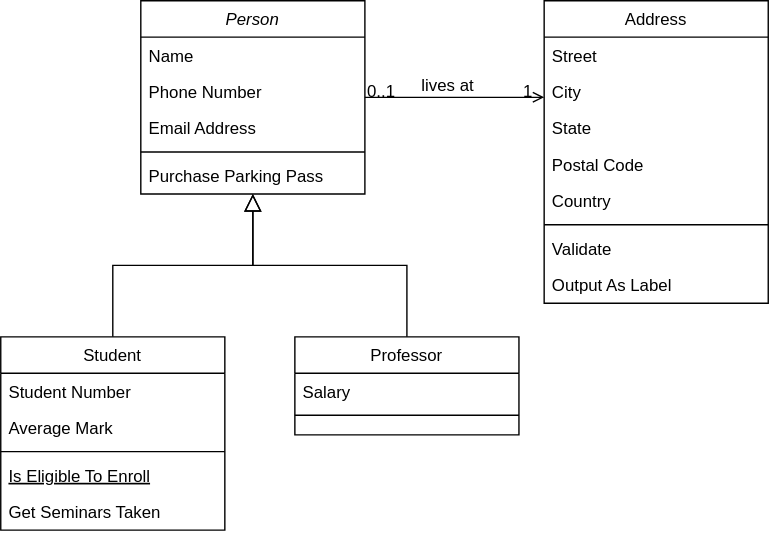
The draw.io diagram Untitled Diagram.drawio.svg in BryanTJJ99/practice_git, before a commit. Source tidied: cells renumbered, new cells last; positions are measured from the earlier drawing's top-left corner, leaving out a move shared by most shapes. Source of this version:
```xml
<mxGraphModel>
  <root>
    <mxCell id="0" />
    <mxCell id="1" parent="0" />
    <mxCell id="2" value="Person" style="swimlane;fontStyle=2;align=center;verticalAlign=top;horizontal=1;startSize=26;rounded=0;shadow=0;strokeWidth=1;" parent="1" vertex="1">
      <mxGeometry x="100" width="160" height="138" as="geometry" />
    </mxCell>
    <mxCell id="3" value="Name" style="text;align=left;verticalAlign=top;spacingLeft=4;spacingRight=4;overflow=hidden;" parent="2" vertex="1">
      <mxGeometry y="26" width="160" height="26" as="geometry" />
    </mxCell>
    <mxCell id="4" value="Phone Number" style="text;align=left;verticalAlign=top;spacingLeft=4;spacingRight=4;overflow=hidden;rounded=0;shadow=0;html=0;" parent="2" vertex="1">
      <mxGeometry y="52" width="160" height="26" as="geometry" />
    </mxCell>
    <mxCell id="5" value="Email Address" style="text;align=left;verticalAlign=top;spacingLeft=4;spacingRight=4;overflow=hidden;rounded=0;shadow=0;html=0;" parent="2" vertex="1">
      <mxGeometry y="78" width="160" height="26" as="geometry" />
    </mxCell>
    <mxCell id="6" style="line;html=1;strokeWidth=1;align=left;verticalAlign=middle;spacingTop=-1;spacingLeft=3;spacingRight=3;labelPosition=right;" parent="2" vertex="1">
      <mxGeometry y="104" width="160" height="8" as="geometry" />
    </mxCell>
    <mxCell id="7" value="Purchase Parking Pass" style="text;align=left;verticalAlign=top;spacingLeft=4;spacingRight=4;overflow=hidden;" parent="2" vertex="1">
      <mxGeometry y="112" width="160" height="26" as="geometry" />
    </mxCell>
    <mxCell id="8" value="Student" style="swimlane;fontStyle=0;align=center;verticalAlign=top;horizontal=1;startSize=26;rounded=0;shadow=0;strokeWidth=1;" parent="1" vertex="1">
      <mxGeometry y="240" width="160" height="138" as="geometry" />
    </mxCell>
    <mxCell id="9" value="Student Number" style="text;align=left;verticalAlign=top;spacingLeft=4;spacingRight=4;overflow=hidden;" parent="8" vertex="1">
      <mxGeometry y="26" width="160" height="26" as="geometry" />
    </mxCell>
    <mxCell id="10" value="Average Mark" style="text;align=left;verticalAlign=top;spacingLeft=4;spacingRight=4;overflow=hidden;rounded=0;shadow=0;html=0;" parent="8" vertex="1">
      <mxGeometry y="52" width="160" height="26" as="geometry" />
    </mxCell>
    <mxCell id="11" style="line;html=1;strokeWidth=1;align=left;verticalAlign=middle;spacingTop=-1;spacingLeft=3;spacingRight=3;labelPosition=right;" parent="8" vertex="1">
      <mxGeometry y="78" width="160" height="8" as="geometry" />
    </mxCell>
    <mxCell id="12" value="Is Eligible To Enroll" style="text;align=left;verticalAlign=top;spacingLeft=4;spacingRight=4;overflow=hidden;fontStyle=4;" parent="8" vertex="1">
      <mxGeometry y="86" width="160" height="26" as="geometry" />
    </mxCell>
    <mxCell id="13" value="Get Seminars Taken" style="text;align=left;verticalAlign=top;spacingLeft=4;spacingRight=4;overflow=hidden;" parent="8" vertex="1">
      <mxGeometry y="112" width="160" height="26" as="geometry" />
    </mxCell>
    <mxCell id="14" style="endArrow=block;endSize=10;endFill=0;shadow=0;strokeWidth=1;rounded=0;edgeStyle=elbowEdgeStyle;elbow=vertical;" parent="1" edge="1" source="8" target="2">
      <mxGeometry relative="1" as="geometry" />
    </mxCell>
    <mxCell id="15" value="Professor" style="swimlane;fontStyle=0;align=center;verticalAlign=top;horizontal=1;startSize=26;rounded=0;shadow=0;strokeWidth=1;" parent="1" vertex="1">
      <mxGeometry x="210" y="240" width="160" height="70" as="geometry" />
    </mxCell>
    <mxCell id="16" value="Salary" style="text;align=left;verticalAlign=top;spacingLeft=4;spacingRight=4;overflow=hidden;" parent="15" vertex="1">
      <mxGeometry y="26" width="160" height="26" as="geometry" />
    </mxCell>
    <mxCell id="17" style="line;html=1;strokeWidth=1;align=left;verticalAlign=middle;spacingTop=-1;spacingLeft=3;spacingRight=3;labelPosition=right;" parent="15" vertex="1">
      <mxGeometry y="52" width="160" height="8" as="geometry" />
    </mxCell>
    <mxCell id="18" style="endArrow=block;endSize=10;endFill=0;shadow=0;strokeWidth=1;rounded=0;edgeStyle=elbowEdgeStyle;elbow=vertical;" parent="1" edge="1" source="15" target="2">
      <mxGeometry relative="1" as="geometry" />
    </mxCell>
    <mxCell id="19" value="Address" style="swimlane;fontStyle=0;align=center;verticalAlign=top;horizontal=1;startSize=26;rounded=0;shadow=0;strokeWidth=1;" parent="1" vertex="1">
      <mxGeometry x="388" width="160" height="216" as="geometry" />
    </mxCell>
    <mxCell id="20" value="Street" style="text;align=left;verticalAlign=top;spacingLeft=4;spacingRight=4;overflow=hidden;" parent="19" vertex="1">
      <mxGeometry y="26" width="160" height="26" as="geometry" />
    </mxCell>
    <mxCell id="21" value="City" style="text;align=left;verticalAlign=top;spacingLeft=4;spacingRight=4;overflow=hidden;rounded=0;shadow=0;html=0;" parent="19" vertex="1">
      <mxGeometry y="52" width="160" height="26" as="geometry" />
    </mxCell>
    <mxCell id="22" value="State" style="text;align=left;verticalAlign=top;spacingLeft=4;spacingRight=4;overflow=hidden;rounded=0;shadow=0;html=0;" parent="19" vertex="1">
      <mxGeometry y="78" width="160" height="26" as="geometry" />
    </mxCell>
    <mxCell id="23" value="Postal Code" style="text;align=left;verticalAlign=top;spacingLeft=4;spacingRight=4;overflow=hidden;rounded=0;shadow=0;html=0;" parent="19" vertex="1">
      <mxGeometry y="104" width="160" height="26" as="geometry" />
    </mxCell>
    <mxCell id="24" value="Country" style="text;align=left;verticalAlign=top;spacingLeft=4;spacingRight=4;overflow=hidden;rounded=0;shadow=0;html=0;" parent="19" vertex="1">
      <mxGeometry y="130" width="160" height="26" as="geometry" />
    </mxCell>
    <mxCell id="25" style="line;html=1;strokeWidth=1;align=left;verticalAlign=middle;spacingTop=-1;spacingLeft=3;spacingRight=3;labelPosition=right;" parent="19" vertex="1">
      <mxGeometry y="156" width="160" height="8" as="geometry" />
    </mxCell>
    <mxCell id="26" value="Validate" style="text;align=left;verticalAlign=top;spacingLeft=4;spacingRight=4;overflow=hidden;" parent="19" vertex="1">
      <mxGeometry y="164" width="160" height="26" as="geometry" />
    </mxCell>
    <mxCell id="27" value="Output As Label" style="text;align=left;verticalAlign=top;spacingLeft=4;spacingRight=4;overflow=hidden;" parent="19" vertex="1">
      <mxGeometry y="190" width="160" height="26" as="geometry" />
    </mxCell>
    <mxCell id="28" style="endArrow=open;shadow=0;strokeWidth=1;rounded=0;endFill=1;edgeStyle=elbowEdgeStyle;elbow=vertical;" parent="1" edge="1" source="2" target="19">
      <mxGeometry x="0.5" y="41" relative="1" as="geometry">
        <mxPoint x="-40" y="32" as="offset" />
      </mxGeometry>
    </mxCell>
    <mxCell id="29" value="0..1" style="align=left;verticalAlign=bottom;labelBackgroundColor=none;fontSize=12;" parent="28" vertex="1">
      <mxGeometry x="-1" relative="1" as="geometry">
        <mxPoint y="4" as="offset" />
      </mxGeometry>
    </mxCell>
    <mxCell id="30" value="1" style="align=right;verticalAlign=bottom;labelBackgroundColor=none;fontSize=12;" parent="28" vertex="1">
      <mxGeometry x="1" relative="1" as="geometry">
        <mxPoint x="-7" y="4" as="offset" />
      </mxGeometry>
    </mxCell>
    <mxCell id="31" value="lives at" style="text;html=1;align=center;verticalAlign=middle;labelBackgroundColor=none;rounded=0;shadow=0;strokeWidth=1;fontSize=12;" parent="28" vertex="1">
      <mxGeometry x="0.5" y="49" relative="1" as="geometry">
        <mxPoint x="-38" y="40" as="offset" />
      </mxGeometry>
    </mxCell>
  </root>
</mxGraphModel>
```
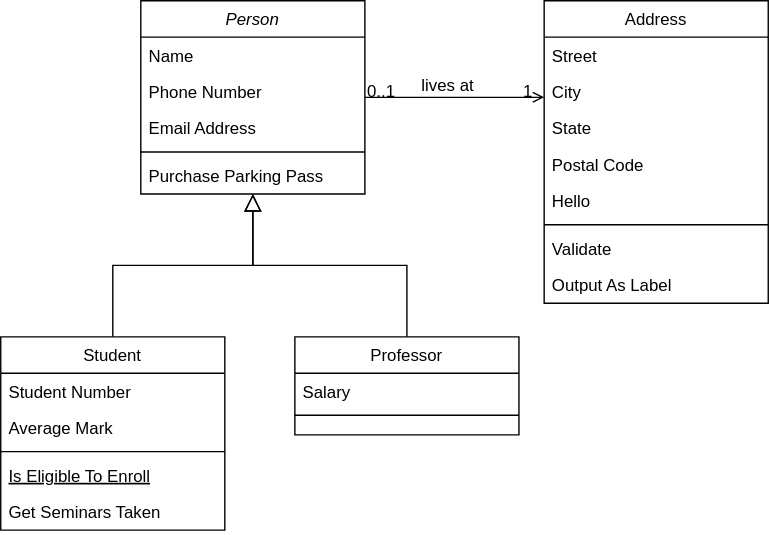
After the commit.

The edit, as a diff of the source:
```diff
@@ -68,7 +68,7 @@
     <mxCell id="23" value="Postal Code" style="text;align=left;verticalAlign=top;spacingLeft=4;spacingRight=4;overflow=hidden;rounded=0;shadow=0;html=0;" parent="19" vertex="1">
       <mxGeometry y="104" width="160" height="26" as="geometry" />
     </mxCell>
-    <mxCell id="24" value="Country" style="text;align=left;verticalAlign=top;spacingLeft=4;spacingRight=4;overflow=hidden;rounded=0;shadow=0;html=0;" parent="19" vertex="1">
+    <mxCell id="24" value="Hello&#10;" style="text;align=left;verticalAlign=top;spacingLeft=4;spacingRight=4;overflow=hidden;rounded=0;shadow=0;html=0;" parent="19" vertex="1">
       <mxGeometry y="130" width="160" height="26" as="geometry" />
     </mxCell>
     <mxCell id="25" style="line;html=1;strokeWidth=1;align=left;verticalAlign=middle;spacingTop=-1;spacingLeft=3;spacingRight=3;labelPosition=right;" parent="19" vertex="1">
```
